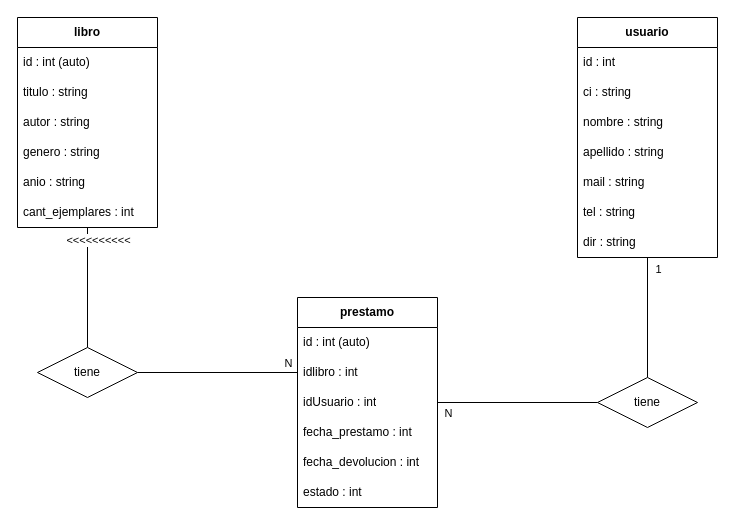
germanalv/biblioteca-php keeps this draw.io diagram as info-gral/mer.drawio. Above is the earlier version. Source tidied: cells renumbered, new cells numbered last; positions are measured from the earlier drawing's top-left corner, leaving out a move shared by most shapes. Both pictures are drawn from the tidied source at 100%, with x=0, y=0 at pixel (17, 17).
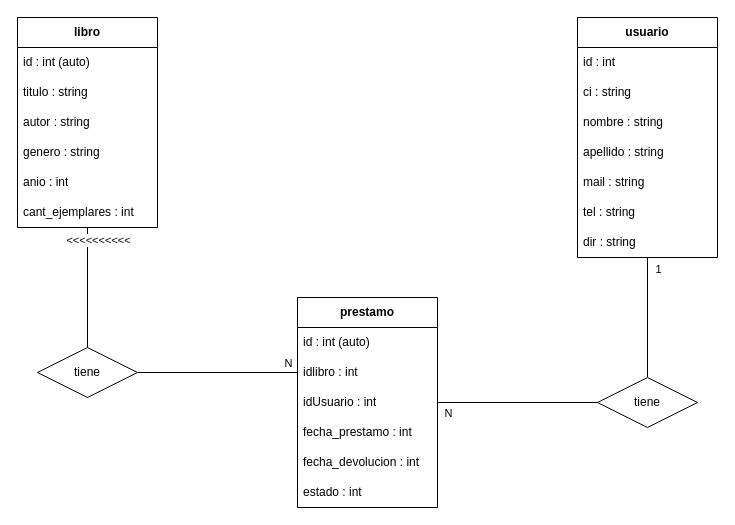
After the change.

Unchanged cells that the change refers to:
```xml
<mxCell id="4" value="&lt;b&gt;libro&lt;/b&gt;" style="swimlane;fontStyle=0;horizontal=1;startSize=30;whiteSpace=wrap;html=1;" parent="1" vertex="1">
  <mxGeometry width="140" height="210" as="geometry" />
</mxCell>
```

What changed in the source:
```diff
@@
-    <mxCell id="9" value="anio : string" style="text;strokeColor=none;fillColor=none;align=left;verticalAlign=middle;spacingLeft=4;spacingRight=4;overflow=hidden;whiteSpace=wrap;html=1;" parent="4" vertex="1">
+    <mxCell id="9" value="anio : int" style="text;strokeColor=none;fillColor=none;align=left;verticalAlign=middle;spacingLeft=4;spacingRight=4;overflow=hidden;whiteSpace=wrap;html=1;" parent="4" vertex="1">
       <mxGeometry y="150" width="140" height="30" as="geometry" />
     </mxCell>
```
